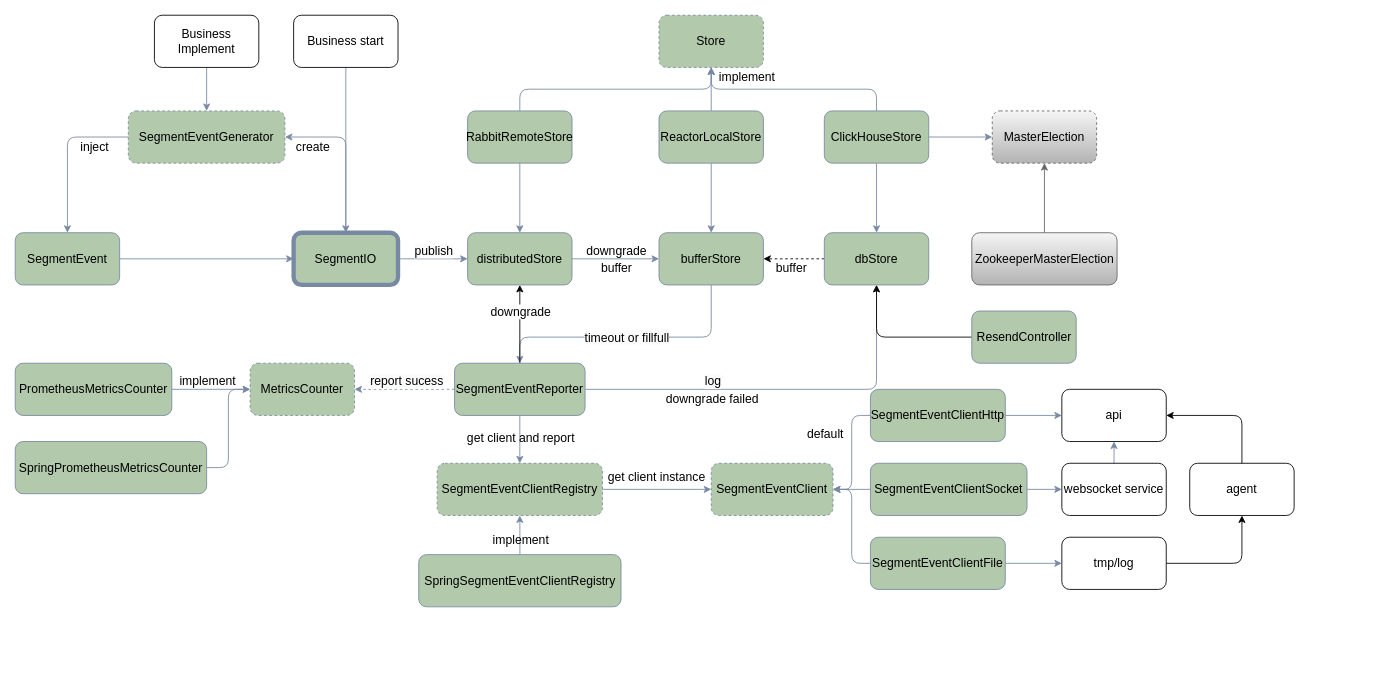
Earlier version of the draw.io diagram assets/SegmentEvent-V2.drawio (sheldon-pacvue/segmenet-event). Source tidied: cells renumbered, new cells numbered last; positions are measured from the earlier drawing's top-left corner, leaving out a move shared by most shapes. Both pictures are drawn from the tidied source at 87%, with x=0, y=0 at pixel (15, 15).
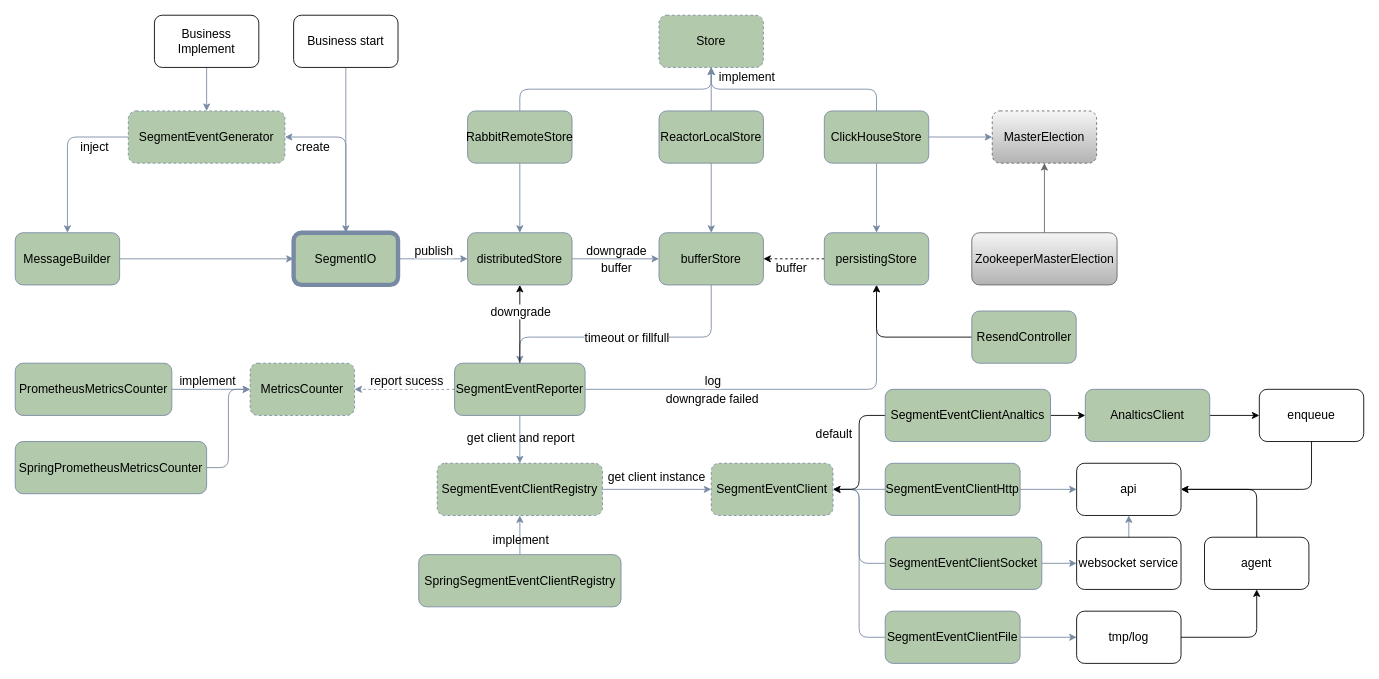
After the change.

Unchanged cells that the change refers to:
```xml
<mxCell id="40" value="SegmentEventClient" style="rounded=1;whiteSpace=wrap;html=1;strokeColor=#788AA3;fillColor=#B2C9AB;dashed=1;labelBackgroundColor=none;fontSize=14;fontColor=#000000;" parent="1" vertex="1">
  <mxGeometry x="800" y="515" width="140" height="60" as="geometry" />
</mxCell>
<mxCell id="41" style="edgeStyle=orthogonalEdgeStyle;rounded=1;jettySize=auto;html=1;entryX=1;entryY=0.5;entryDx=0;entryDy=0;strokeColor=#788AA3;fontColor=#000000;fillColor=#B2C9AB;exitX=0;exitY=0.5;exitDx=0;exitDy=0;labelBackgroundColor=none;fontSize=14;" parent="1" edge="1" source="44" target="40">
  <mxGeometry relative="1" as="geometry" />
</mxCell>
```

The edit, as a diff of the source:
```diff
@@
-    <mxCell id="17" value="SegmentEvent" style="rounded=1;whiteSpace=wrap;html=1;strokeColor=#788AA3;fillColor=#B2C9AB;labelBackgroundColor=none;fontSize=14;fontColor=#000000;" parent="1" vertex="1">
+    <mxCell id="17" value="MessageBuilder" style="rounded=1;whiteSpace=wrap;html=1;strokeColor=#788AA3;fillColor=#B2C9AB;labelBackgroundColor=none;fontSize=14;fontColor=#000000;" parent="1" vertex="1">
       <mxGeometry y="250" width="120" height="60" as="geometry" />
     </mxCell>
@@
-    <mxCell id="42" value="default" style="edgeLabel;html=1;align=center;verticalAlign=middle;fontSize=14;rounded=1;labelBackgroundColor=none;fontColor=#000000;" parent="41" vertex="1">
-      <mxGeometry x="-0.04" y="1" relative="1" as="geometry">
-        <mxPoint x="-32" y="-19" as="offset" />
-      </mxGeometry>
-    </mxCell>
@@
     <mxCell id="44" value="SegmentEventClientHttp" style="rounded=1;whiteSpace=wrap;html=1;strokeColor=#788AA3;fillColor=#B2C9AB;labelBackgroundColor=none;fontSize=14;fontColor=#000000;" parent="1" vertex="1">
-      <mxGeometry x="983" y="430" width="155" height="60" as="geometry" />
+      <mxGeometry x="1000" y="515" width="155" height="60" as="geometry" />
     </mxCell>
@@
     <mxCell id="49" value="SegmentEventClientFile" style="rounded=1;whiteSpace=wrap;html=1;strokeColor=#788AA3;fillColor=#B2C9AB;labelBackgroundColor=none;fontSize=14;fontColor=#000000;" parent="1" vertex="1">
-      <mxGeometry x="983" y="600" width="155" height="60" as="geometry" />
+      <mxGeometry x="1000" y="685" width="155" height="60" as="geometry" />
     </mxCell>
@@
     <mxCell id="51" value="tmp/log" style="rounded=1;whiteSpace=wrap;html=1;labelBackgroundColor=none;fontSize=14;fillColor=none;" parent="1" vertex="1">
-      <mxGeometry x="1203" y="600" width="120" height="60" as="geometry" />
+      <mxGeometry x="1220" y="685" width="120" height="60" as="geometry" />
     </mxCell>
     <mxCell id="52" value="api" style="rounded=1;whiteSpace=wrap;html=1;labelBackgroundColor=none;fontSize=14;fillColor=none;" parent="1" vertex="1">
-      <mxGeometry x="1203" y="430" width="120" height="60" as="geometry" />
+      <mxGeometry x="1220" y="515" width="120" height="60" as="geometry" />
     </mxCell>
@@
     <mxCell id="54" value="SegmentEventClientSocket" style="rounded=1;whiteSpace=wrap;html=1;strokeColor=#788AA3;fillColor=#B2C9AB;labelBackgroundColor=none;fontSize=14;fontColor=#000000;" parent="1" vertex="1">
-      <mxGeometry x="983" y="515" width="180" height="60" as="geometry" />
+      <mxGeometry x="1000" y="600" width="180" height="60" as="geometry" />
     </mxCell>
@@
-    <mxCell id="73" value="dbStore" style="rounded=1;whiteSpace=wrap;html=1;strokeColor=#788AA3;fillColor=#B2C9AB;labelBackgroundColor=none;fontSize=14;fontColor=#000000;" parent="1" vertex="1">
+    <mxCell id="73" value="persistingStore" style="rounded=1;whiteSpace=wrap;html=1;strokeColor=#788AA3;fillColor=#B2C9AB;labelBackgroundColor=none;fontSize=14;fontColor=#000000;" parent="1" vertex="1">
       <mxGeometry x="930" y="250" width="120" height="60" as="geometry" />
     </mxCell>
@@
     <mxCell id="75" value="websocket service" style="rounded=1;whiteSpace=wrap;html=1;fontSize=14;labelBackgroundColor=none;fillColor=none;" parent="1" vertex="1">
-      <mxGeometry x="1203" y="515" width="120" height="60" as="geometry" />
+      <mxGeometry x="1220" y="600" width="120" height="60" as="geometry" />
     </mxCell>
@@
     <mxCell id="82" value="agent" style="rounded=1;whiteSpace=wrap;html=1;labelBackgroundColor=none;fontSize=14;fillColor=none;" parent="1" vertex="1">
-      <mxGeometry x="1350" y="515" width="120" height="60" as="geometry" />
+      <mxGeometry x="1367" y="600" width="120" height="60" as="geometry" />
     </mxCell>
+    <mxCell id="83" style="edgeStyle=orthogonalEdgeStyle;rounded=1;jettySize=auto;html=1;exitX=0;exitY=0.5;exitDx=0;exitDy=0;entryX=1;entryY=0.5;entryDx=0;entryDy=0;" parent="1" edge="1" source="85" target="40">
+      <mxGeometry relative="1" as="geometry" />
+    </mxCell>
+    <mxCell id="42" value="default" style="edgeLabel;html=1;align=center;verticalAlign=middle;fontSize=14;" parent="83" vertex="1">
+      <mxGeometry x="-0.16" y="3" relative="1" as="geometry">
+        <mxPoint x="-33" y="-11" as="offset" />
+      </mxGeometry>
+    </mxCell>
+    <mxCell id="84" style="edgeStyle=orthogonalEdgeStyle;rounded=1;jettySize=auto;html=1;exitX=1;exitY=0.5;exitDx=0;exitDy=0;" parent="1" edge="1" source="85" target="87">
+      <mxGeometry relative="1" as="geometry" />
+    </mxCell>
+    <mxCell id="85" value="SegmentEventClientAnaltics" style="rounded=1;whiteSpace=wrap;html=1;strokeColor=#788AA3;fillColor=#B2C9AB;labelBackgroundColor=none;fontSize=14;fontColor=#000000;" parent="1" vertex="1">
+      <mxGeometry x="1000" y="430" width="190" height="60" as="geometry" />
+    </mxCell>
+    <mxCell id="86" style="edgeStyle=orthogonalEdgeStyle;rounded=1;jettySize=auto;html=1;" parent="1" edge="1" source="87" target="89">
+      <mxGeometry relative="1" as="geometry" />
+    </mxCell>
+    <mxCell id="87" value="AnalticsClient" style="rounded=1;whiteSpace=wrap;html=1;strokeColor=#788AA3;fillColor=#B2C9AB;labelBackgroundColor=none;fontSize=14;fontColor=#000000;" parent="1" vertex="1">
+      <mxGeometry x="1230" y="430" width="143" height="60" as="geometry" />
+    </mxCell>
+    <mxCell id="88" style="edgeStyle=orthogonalEdgeStyle;rounded=1;jettySize=auto;html=1;exitX=0.5;exitY=1;exitDx=0;exitDy=0;entryX=1;entryY=0.5;entryDx=0;entryDy=0;" parent="1" edge="1" source="89" target="52">
+      <mxGeometry relative="1" as="geometry" />
+    </mxCell>
+    <mxCell id="89" value="enqueue" style="rounded=1;whiteSpace=wrap;html=1;labelBackgroundColor=none;fontSize=14;fillColor=none;" parent="1" vertex="1">
+      <mxGeometry x="1430" y="430" width="120" height="60" as="geometry" />
+    </mxCell>
```
